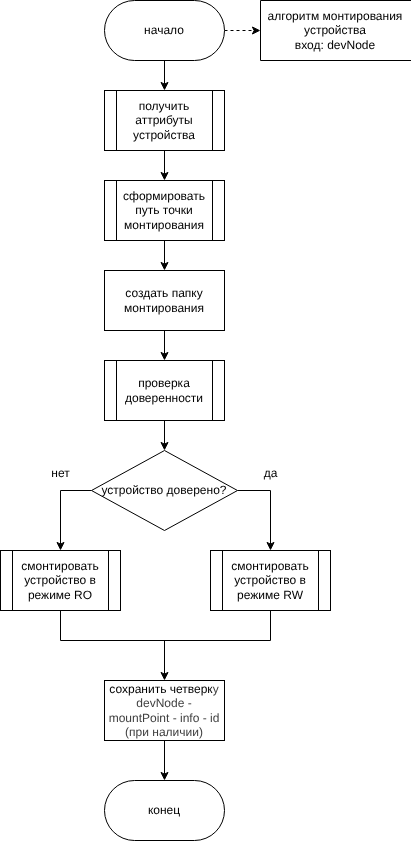
Earlier version of the draw.io export Notes/report/inc/img/mount_algo.drawio.png (pitsmit/Diploma_IU7_2026). Source tidied: cells renumbered, new cells last; positions are measured from the earlier drawing's top-left corner, leaving out a move shared by most shapes.
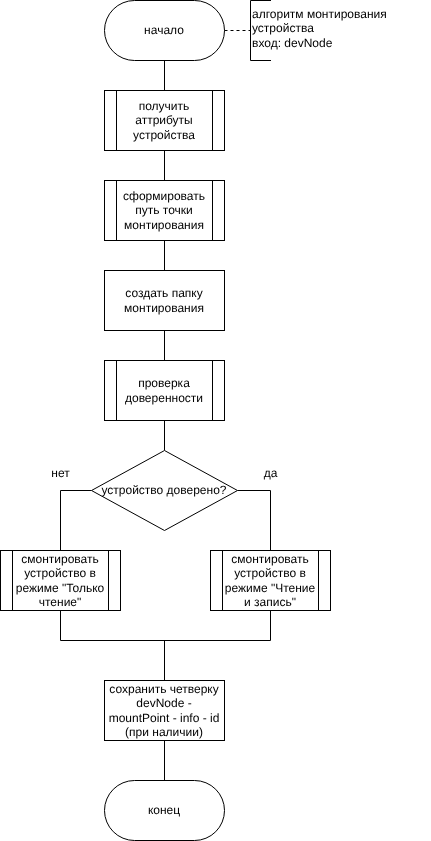
Later version of the same file.

What changed in the source:
```diff
@@ -2,10 +2,7 @@
   <root>
     <mxCell id="0" />
     <mxCell id="1" parent="0" />
-    <mxCell id="2" style="edgeStyle=none;html=1;entryX=0.5;entryY=1;entryDx=0;entryDy=0;dashed=1;" parent="1" edge="1" source="4" target="6">
-      <mxGeometry relative="1" as="geometry" />
-    </mxCell>
-    <mxCell id="3" style="edgeStyle=none;html=1;entryX=0.5;entryY=0;entryDx=0;entryDy=0;" parent="1" edge="1" source="4" target="25">
+    <mxCell id="3" style="edgeStyle=none;html=1;entryX=0.5;entryY=0;entryDx=0;entryDy=0;endArrow=none;endFill=0;" parent="1" edge="1" source="4" target="25">
       <mxGeometry relative="1" as="geometry" />
     </mxCell>
     <mxCell id="4" value="начало" style="rounded=1;whiteSpace=wrap;html=1;arcSize=50;" parent="1" vertex="1">
@@ -14,26 +11,23 @@
     <mxCell id="5" value="конец" style="rounded=1;whiteSpace=wrap;html=1;arcSize=50;" parent="1" vertex="1">
       <mxGeometry x="104" y="780" width="120" height="60" as="geometry" />
     </mxCell>
-    <mxCell id="6" value="алгоритм монтирования устройства&lt;div&gt;вход: devNode&lt;/div&gt;" style="shape=partialRectangle;whiteSpace=wrap;html=1;bottom=1;right=1;left=1;top=0;fillColor=none;routingCenterX=-0.5;direction=south;" parent="1" vertex="1">
-      <mxGeometry x="260" width="150" height="60" as="geometry" />
-    </mxCell>
-    <mxCell id="7" style="edgeStyle=none;html=1;entryX=0.5;entryY=0;entryDx=0;entryDy=0;exitX=0.5;exitY=1;exitDx=0;exitDy=0;" parent="1" edge="1" source="25" target="14">
+    <mxCell id="7" style="edgeStyle=none;html=1;entryX=0.5;entryY=0;entryDx=0;entryDy=0;exitX=0.5;exitY=1;exitDx=0;exitDy=0;endArrow=none;endFill=0;" parent="1" edge="1" source="25" target="14">
       <mxGeometry relative="1" as="geometry" />
     </mxCell>
-    <mxCell id="8" style="edgeStyle=none;html=1;entryX=0.5;entryY=0;entryDx=0;entryDy=0;" parent="1" edge="1" source="9" target="12">
+    <mxCell id="8" style="edgeStyle=none;html=1;entryX=0.5;entryY=0;entryDx=0;entryDy=0;endArrow=none;endFill=0;" parent="1" edge="1" source="9" target="12">
       <mxGeometry relative="1" as="geometry" />
     </mxCell>
     <mxCell id="9" value="проверка доверенности" style="shape=process;whiteSpace=wrap;html=1;backgroundOutline=1;" parent="1" vertex="1">
       <mxGeometry x="104" y="360" width="120" height="60" as="geometry" />
     </mxCell>
-    <mxCell id="10" style="edgeStyle=none;html=1;entryX=0.5;entryY=0;entryDx=0;entryDy=0;rounded=0;curved=0;" parent="1" edge="1" source="12" target="17">
+    <mxCell id="10" style="edgeStyle=none;html=1;entryX=0.5;entryY=0;entryDx=0;entryDy=0;rounded=0;curved=0;endArrow=none;endFill=0;" parent="1" edge="1" source="12" target="17">
       <mxGeometry relative="1" as="geometry">
         <Array as="points">
           <mxPoint x="270" y="490" />
         </Array>
       </mxGeometry>
     </mxCell>
-    <mxCell id="11" style="edgeStyle=none;html=1;entryX=0.5;entryY=0;entryDx=0;entryDy=0;rounded=0;curved=0;" parent="1" edge="1" source="12" target="22">
+    <mxCell id="11" style="edgeStyle=none;html=1;entryX=0.5;entryY=0;entryDx=0;entryDy=0;rounded=0;curved=0;endArrow=none;endFill=0;" parent="1" edge="1" source="12" target="22">
       <mxGeometry relative="1" as="geometry">
         <Array as="points">
           <mxPoint x="60" y="490" />
@@ -43,30 +37,30 @@
     <mxCell id="12" value="устройство доверено?" style="rhombus;whiteSpace=wrap;html=1;" parent="1" vertex="1">
       <mxGeometry x="91" y="450" width="146" height="80" as="geometry" />
     </mxCell>
-    <mxCell id="13" style="edgeStyle=none;html=1;entryX=0.5;entryY=0;entryDx=0;entryDy=0;" parent="1" edge="1" source="14" target="16">
+    <mxCell id="13" style="edgeStyle=none;html=1;entryX=0.5;entryY=0;entryDx=0;entryDy=0;endArrow=none;endFill=0;" parent="1" edge="1" source="14" target="16">
       <mxGeometry relative="1" as="geometry" />
     </mxCell>
     <mxCell id="14" value="сформировать путь точки монтирования" style="shape=process;whiteSpace=wrap;html=1;backgroundOutline=1;" parent="1" vertex="1">
       <mxGeometry x="104" y="180" width="120" height="60" as="geometry" />
     </mxCell>
-    <mxCell id="15" style="edgeStyle=none;html=1;entryX=0.5;entryY=0;entryDx=0;entryDy=0;" parent="1" edge="1" source="16" target="9">
+    <mxCell id="15" style="edgeStyle=none;html=1;entryX=0.5;entryY=0;entryDx=0;entryDy=0;endArrow=none;endFill=0;" parent="1" edge="1" source="16" target="9">
       <mxGeometry relative="1" as="geometry" />
     </mxCell>
     <mxCell id="16" value="создать папку монтирования" style="rounded=0;whiteSpace=wrap;html=1;" parent="1" vertex="1">
       <mxGeometry x="104" y="270" width="120" height="60" as="geometry" />
     </mxCell>
-    <mxCell id="17" value="смонтировать&lt;div&gt;устройство в режиме RW&lt;/div&gt;" style="shape=process;whiteSpace=wrap;html=1;backgroundOutline=1;" parent="1" vertex="1">
+    <mxCell id="17" value="&lt;font style=&quot;color: rgb(0, 0, 0);&quot;&gt;смонтировать&lt;/font&gt;&lt;div&gt;&lt;font style=&quot;color: rgb(0, 0, 0);&quot;&gt;устройство в режиме &quot;Чтение и запись&quot;&lt;/font&gt;&lt;/div&gt;" style="shape=process;whiteSpace=wrap;html=1;backgroundOutline=1;" parent="1" vertex="1">
       <mxGeometry x="210" y="550" width="120" height="60" as="geometry" />
     </mxCell>
-    <mxCell id="18" style="edgeStyle=none;html=1;endArrow=none;endFill=0;startArrow=classic;startFill=1;" parent="1" edge="1" source="20">
+    <mxCell id="18" style="edgeStyle=none;html=1;endArrow=none;endFill=0;startArrow=none;startFill=0;" parent="1" edge="1" source="20">
       <mxGeometry relative="1" as="geometry">
         <mxPoint x="164" y="640" as="targetPoint" />
       </mxGeometry>
     </mxCell>
-    <mxCell id="19" style="edgeStyle=none;html=1;entryX=0.5;entryY=0;entryDx=0;entryDy=0;" parent="1" edge="1" source="20" target="5">
+    <mxCell id="19" style="edgeStyle=none;html=1;entryX=0.5;entryY=0;entryDx=0;entryDy=0;endArrow=none;endFill=0;" parent="1" edge="1" source="20" target="5">
       <mxGeometry relative="1" as="geometry" />
     </mxCell>
-    <mxCell id="20" value="сохранить четверк&lt;span style=&quot;color: rgb(63, 63, 63); background-color: transparent;&quot;&gt;у devNode - mountPoint - info - id (при наличии)&lt;/span&gt;" style="rounded=0;whiteSpace=wrap;html=1;" parent="1" vertex="1">
+    <mxCell id="20" value="&lt;font style=&quot;color: rgb(0, 0, 0);&quot;&gt;сохранить четверк&lt;span style=&quot;background-color: transparent;&quot;&gt;у devNode - mountPoint - info - id (при наличии)&lt;/span&gt;&lt;/font&gt;" style="rounded=0;whiteSpace=wrap;html=1;" parent="1" vertex="1">
       <mxGeometry x="104" y="680" width="120" height="60" as="geometry" />
     </mxCell>
     <mxCell id="21" style="edgeStyle=none;html=1;entryX=0.5;entryY=1;entryDx=0;entryDy=0;endArrow=none;endFill=0;rounded=0;curved=0;" parent="1" edge="1" source="22" target="17">
@@ -77,7 +71,7 @@
         </Array>
       </mxGeometry>
     </mxCell>
-    <mxCell id="22" value="смонтировать&lt;div&gt;устройство в режиме RO&lt;/div&gt;" style="shape=process;whiteSpace=wrap;html=1;backgroundOutline=1;" parent="1" vertex="1">
+    <mxCell id="22" value="&lt;font style=&quot;color: rgb(0, 0, 0);&quot;&gt;смонтировать&lt;/font&gt;&lt;div&gt;&lt;font style=&quot;color: rgb(0, 0, 0);&quot;&gt;устройство в режиме &quot;Только чтение&quot;&lt;/font&gt;&lt;/div&gt;" style="shape=process;whiteSpace=wrap;html=1;backgroundOutline=1;" parent="1" vertex="1">
       <mxGeometry y="550" width="120" height="60" as="geometry" />
     </mxCell>
     <mxCell id="23" value="да" style="text;html=1;align=center;verticalAlign=middle;strokeColor=none;fillColor=none;" parent="1" vertex="1">
@@ -89,5 +83,14 @@
     <mxCell id="25" value="&lt;span style=&quot;color: rgb(0, 0, 0);&quot;&gt;получить аттрибуты устройства&lt;/span&gt;" style="shape=process;whiteSpace=wrap;html=1;backgroundOutline=1;" parent="1" vertex="1">
       <mxGeometry x="104" y="90" width="120" height="60" as="geometry" />
     </mxCell>
+    <mxCell id="26" style="edgeStyle=none;html=1;entryX=0.5;entryY=1;entryDx=0;entryDy=0;dashed=1;endArrow=none;endFill=0;exitX=1;exitY=0.5;exitDx=0;exitDy=0;" parent="1" edge="1" source="4" target="27">
+      <mxGeometry relative="1" as="geometry" />
+    </mxCell>
+    <mxCell id="27" style="shape=partialRectangle;whiteSpace=wrap;html=1;bottom=1;right=1;left=1;top=0;fillColor=none;routingCenterX=-0.5;direction=south;" parent="1" vertex="1">
+      <mxGeometry x="250" width="20" height="60" as="geometry" />
+    </mxCell>
+    <mxCell id="6" value="&lt;span&gt;&lt;font style=&quot;color: rgb(0, 0, 0);&quot;&gt;алгоритм монтирования устройства&lt;/font&gt;&lt;/span&gt;&lt;div style=&quot;scrollbar-color: rgb(226, 226, 226) rgb(251, 251, 251); color: rgb(63, 63, 63);&quot;&gt;&lt;font style=&quot;color: rgb(0, 0, 0);&quot;&gt;вход: devNode&lt;/font&gt;&lt;/div&gt;" style="text;whiteSpace=wrap;html=1;align=left;" parent="1" vertex="1">
+      <mxGeometry x="250" width="180" height="60" as="geometry" />
+    </mxCell>
   </root>
 </mxGraphModel>
```
